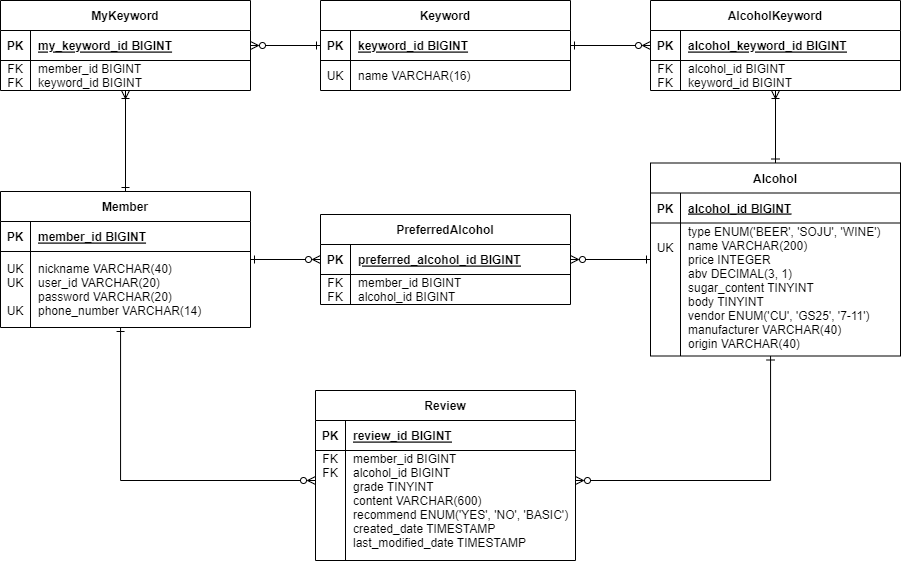
This is pyeonsool-table.png from great-sprout/PyeonSool, a draw.io export, as it was before one commit. Source tidied: cells renumbered, new cells last; positions are measured from the earlier drawing's top-left corner, leaving out a move shared by most shapes.
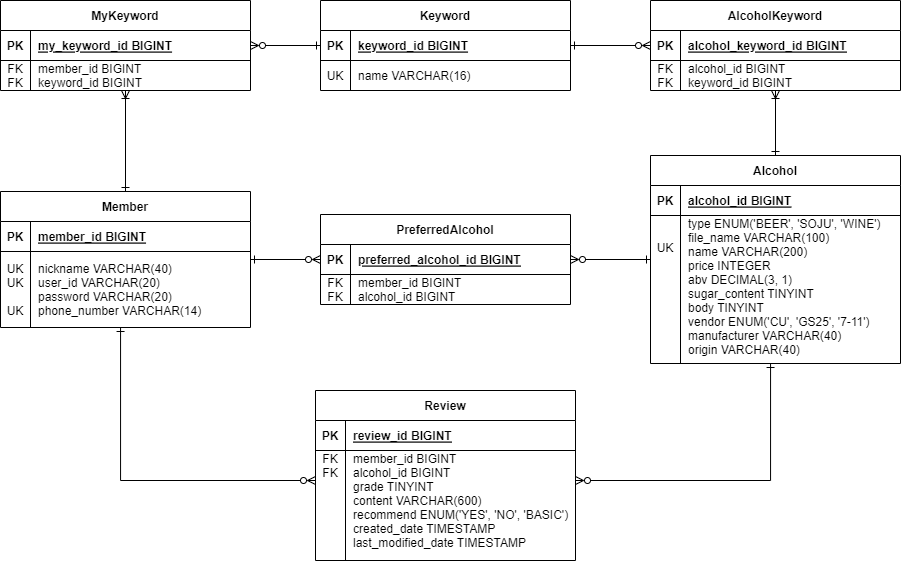
The same diagram one commit later.

Commit message:
docs: Alcohol 테이블에 이미지 필드 추가

What changed in the source:
```diff
@@ -10,7 +10,7 @@
       </mxGeometry>
     </mxCell>
     <mxCell id="3" value="Alcohol" style="shape=table;startSize=30;rowLines=0;fontStyle=1;align=center;" parent="1" vertex="1">
-      <mxGeometry x="650" y="162.5" width="250" height="193" as="geometry" />
+      <mxGeometry x="650" y="155" width="250" height="208" as="geometry" />
     </mxCell>
     <mxCell id="4" style="shape=partialRectangle;fillColor=none;top=0;left=0;right=0;bottom=1;" parent="3" vertex="1">
       <mxGeometry y="30" width="250" height="30" as="geometry" />
@@ -22,13 +22,13 @@
       <mxGeometry x="30" width="220" height="30" as="geometry" />
     </mxCell>
     <mxCell id="7" style="shape=partialRectangle;fillColor=none;top=0;left=0;right=0;bottom=0;" parent="3" vertex="1">
-      <mxGeometry y="60" width="250" height="133" as="geometry" />
+      <mxGeometry y="60" width="250" height="148" as="geometry" />
     </mxCell>
     <mxCell id="8" value="&#10;UK&#10;&#10;&#10;&#10;&#10;&#10;&#10;" style="shape=partialRectangle;overflow=hidden;fillColor=none;top=0;left=0;bottom=0;right=0;" parent="7" vertex="1">
-      <mxGeometry width="30" height="133" as="geometry" />
+      <mxGeometry width="30" height="148" as="geometry" />
     </mxCell>
-    <mxCell id="9" value="type ENUM('BEER', 'SOJU', 'WINE')&#10;name VARCHAR(200)&#10;price INTEGER&#10;abv DECIMAL(3, 1)&#10;sugar_content TINYINT &#10;body TINYINT&#10;vendor ENUM('CU', 'GS25', '7-11')&#10;manufacturer VARCHAR(40)&#10;origin VARCHAR(40)&#10; " style="shape=partialRectangle;overflow=hidden;fillColor=none;top=0;left=0;bottom=0;right=0;align=left;spacingLeft=6;" parent="7" vertex="1">
-      <mxGeometry x="30" width="220" height="133" as="geometry" />
+    <mxCell id="9" value="type ENUM('BEER', 'SOJU', 'WINE')&#10;file_name VARCHAR(100)&#10;name VARCHAR(200)&#10;price INTEGER&#10;abv DECIMAL(3, 1)&#10;sugar_content TINYINT &#10;body TINYINT&#10;vendor ENUM('CU', 'GS25', '7-11')&#10;manufacturer VARCHAR(40)&#10;origin VARCHAR(40)&#10; " style="shape=partialRectangle;overflow=hidden;fillColor=none;top=0;left=0;bottom=0;right=0;align=left;spacingLeft=6;" parent="7" vertex="1">
+      <mxGeometry x="30" width="220" height="148" as="geometry" />
     </mxCell>
     <mxCell id="10" style="edgeStyle=orthogonalEdgeStyle;rounded=0;jettySize=auto;html=1;startArrow=ERzeroToMany;startFill=0;endArrow=ERone;endFill=0;" parent="1" edge="1" source="11" target="3">
       <mxGeometry relative="1" as="geometry">
```
